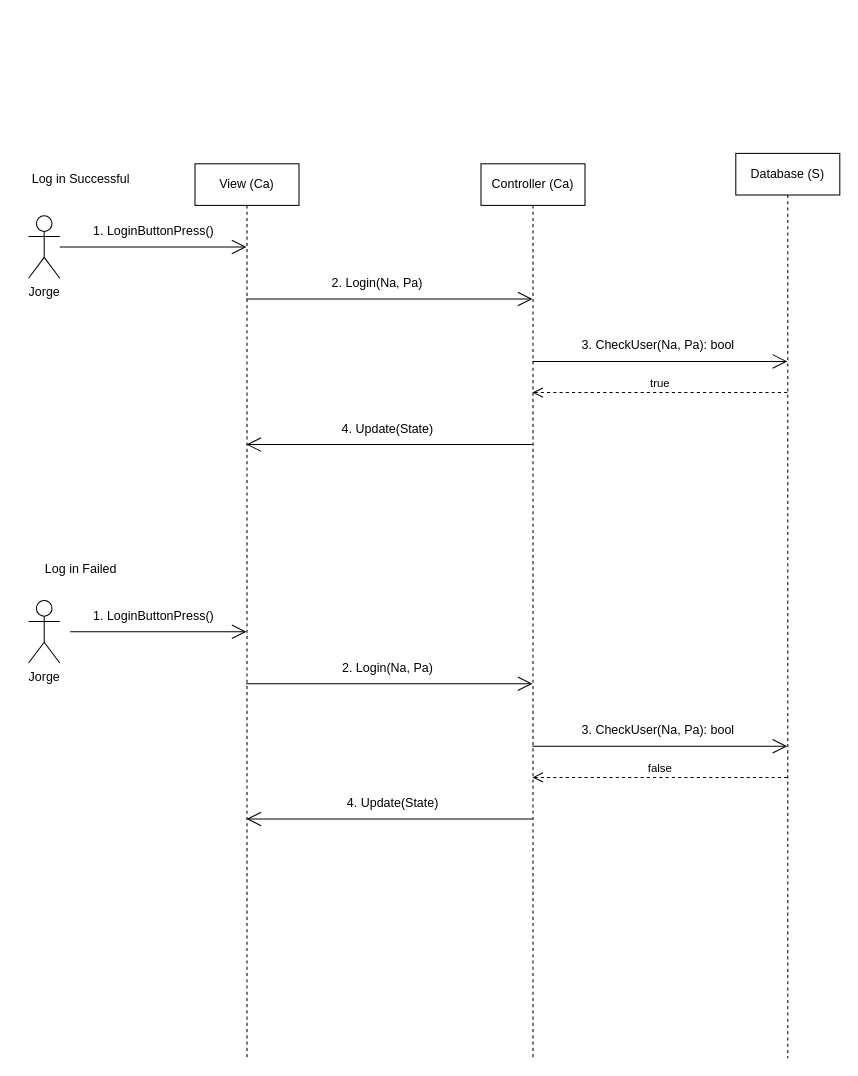
Above: page "UC-Login" (2 of 4) of Project4-Diagrams.drawio in CoHammo/Bid501-Team14B (draw.io), before the change. Source tidied: cells renumbered, new cells numbered last; positions are measured from the earlier drawing's top-left corner, leaving out a move shared by most shapes. Both pictures are drawn from the tidied source at 104%, with x=0, y=0 at pixel (18, 153).
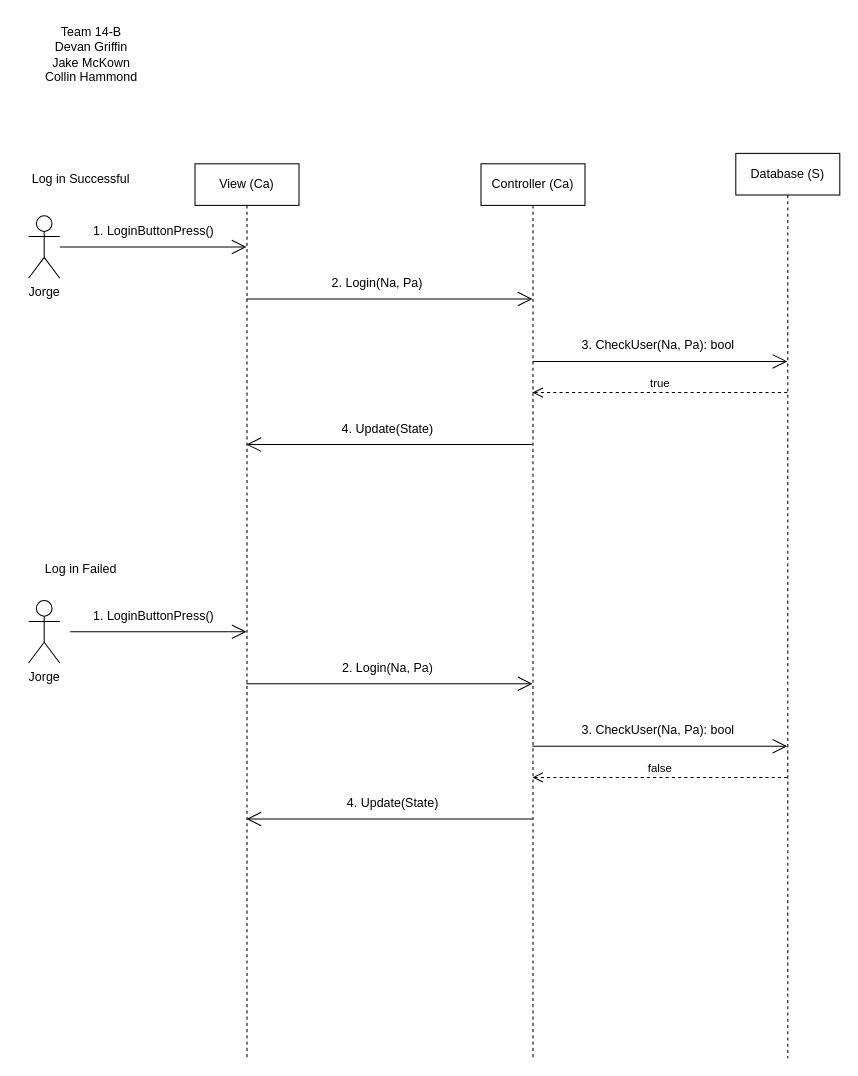
After the change.

What changed in the source:
```diff
@@
+    <mxCell id="27" value="Team 14-B&lt;br&gt;Devan Griffin&lt;br&gt;Jake McKown&lt;br&gt;Collin Hammond" style="text;html=1;align=center;verticalAlign=middle;strokeColor=none;fillColor=none;" parent="1" vertex="1">
+      <mxGeometry x="15" y="-130" width="110" height="70" as="geometry" />
+    </mxCell>
```
